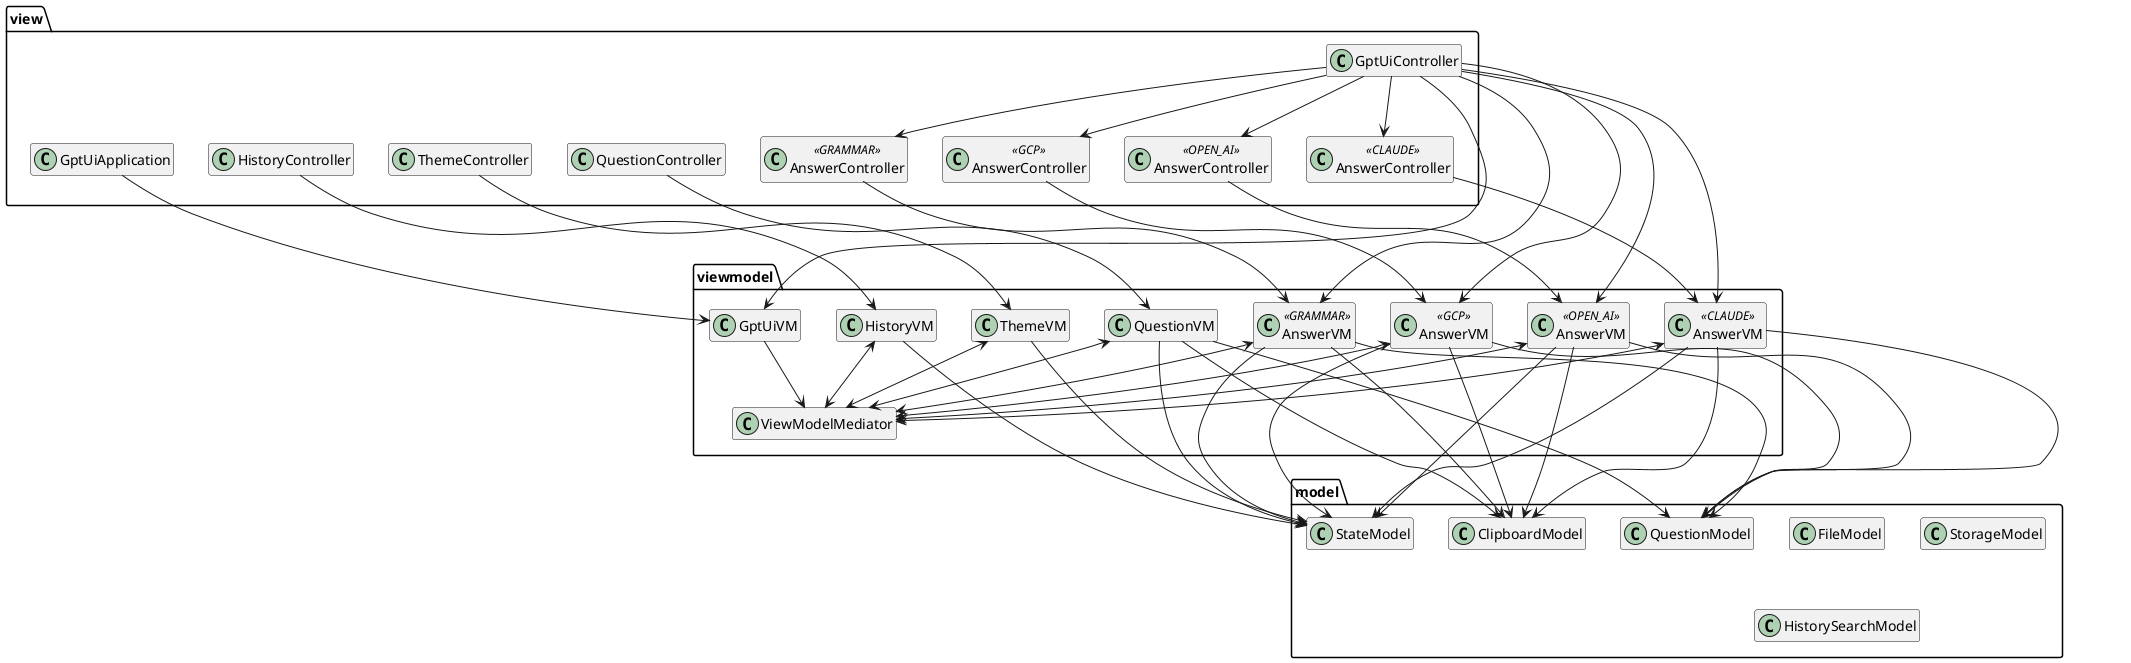
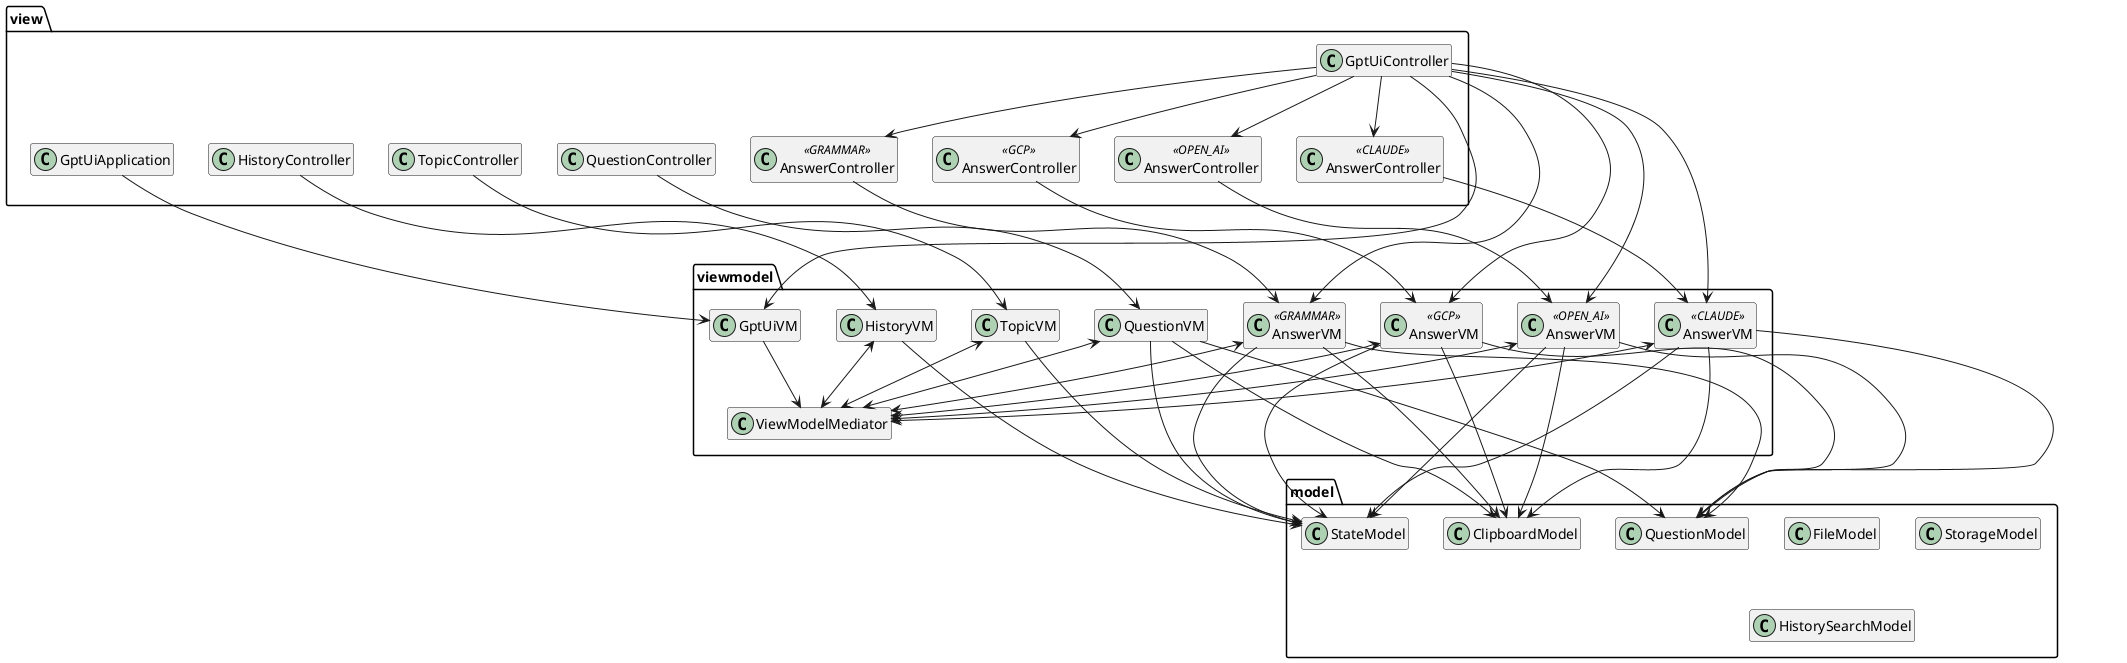
@startuml
hide empty members

package view {
    class GptUiController
    together {
        class GptUiApplication
        class "AnswerController" as grammarAnswerController <<GRAMMAR>>
        class "AnswerController" as openAiAnswerController <<OPEN_AI>>
        class "AnswerController" as claudeAnswerController <<CLAUDE>>
        class "AnswerController" as gcpAnswerController <<GCP>>
        class HistoryController
        class QuestionController
-         class ThemeController
+         class TopicController
    }
}

package viewmodel {
    class "AnswerVM" as grammarAnswerVM <<GRAMMAR>>
    class "AnswerVM" as openAiAnswerVM <<OPEN_AI>>
    class "AnswerVM" as claudeAnswerVM <<CLAUDE>>
    class "AnswerVM" as gcpAnswerVM <<GCP>>
    class GptUiVM
    class HistoryVM
    class QuestionVM
-     class ThemeVM
+     class TopicVM
    class ViewModelMediator
}

package model{
    class StateModel
    class ClipboardModel
    class FileModel
    class QuestionModel
    class StorageModel
    class HistorySearchModel
}

- ThemeController ---> ThemeVM
+ TopicController ---> TopicVM
QuestionController ---> QuestionVM
HistoryController ---> HistoryVM
grammarAnswerController --> grammarAnswerVM
openAiAnswerController --> openAiAnswerVM
claudeAnswerController --> claudeAnswerVM
gcpAnswerController --> gcpAnswerVM
GptUiApplication --> GptUiVM

GptUiController --> grammarAnswerController
GptUiController --> openAiAnswerController
GptUiController --> claudeAnswerController
GptUiController --> gcpAnswerController

GptUiController --> GptUiVM
GptUiController --> grammarAnswerVM
GptUiController --> openAiAnswerVM
GptUiController --> claudeAnswerVM
GptUiController --> gcpAnswerVM

- ThemeVM <--> ViewModelMediator
+ TopicVM <--> ViewModelMediator
QuestionVM <--> ViewModelMediator
HistoryVM <--> ViewModelMediator
GptUiVM --> ViewModelMediator
grammarAnswerVM <--> ViewModelMediator
openAiAnswerVM <--> ViewModelMediator
claudeAnswerVM <--> ViewModelMediator
gcpAnswerVM <--> ViewModelMediator

- ThemeVM ---> StateModel
+ TopicVM ---> StateModel
HistoryVM ---> StateModel
QuestionVM ---> StateModel
QuestionVM ---> QuestionModel
QuestionVM ---> ClipboardModel

grammarAnswerVM --> StateModel
openAiAnswerVM --> StateModel
claudeAnswerVM --> StateModel
gcpAnswerVM --> StateModel

grammarAnswerVM --> QuestionModel
openAiAnswerVM --> QuestionModel
claudeAnswerVM --> QuestionModel
gcpAnswerVM --> QuestionModel

grammarAnswerVM --> ClipboardModel
openAiAnswerVM --> ClipboardModel
claudeAnswerVM --> ClipboardModel
gcpAnswerVM --> ClipboardModel


@enduml